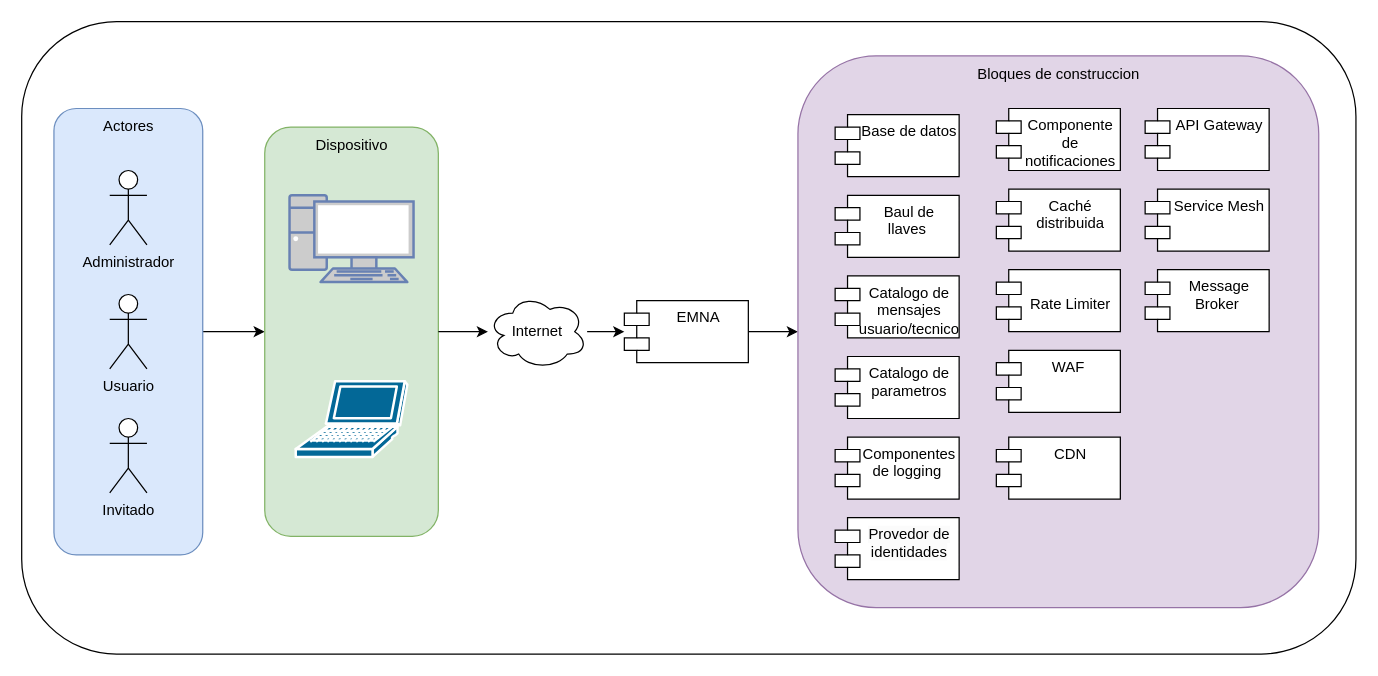
Earlier version of the draw.io diagram page "ModeloContexto-ArquitecturaReferencia" (2 of 4) of ExtraClase/Modelo.drawio (shesho22/IS2). Source tidied: cells renumbered, new cells numbered last; positions are measured from the earlier drawing's top-left corner, leaving out a move shared by most shapes. Both pictures are drawn from the tidied source at 124%, with x=0, y=0 at pixel (21, 21).
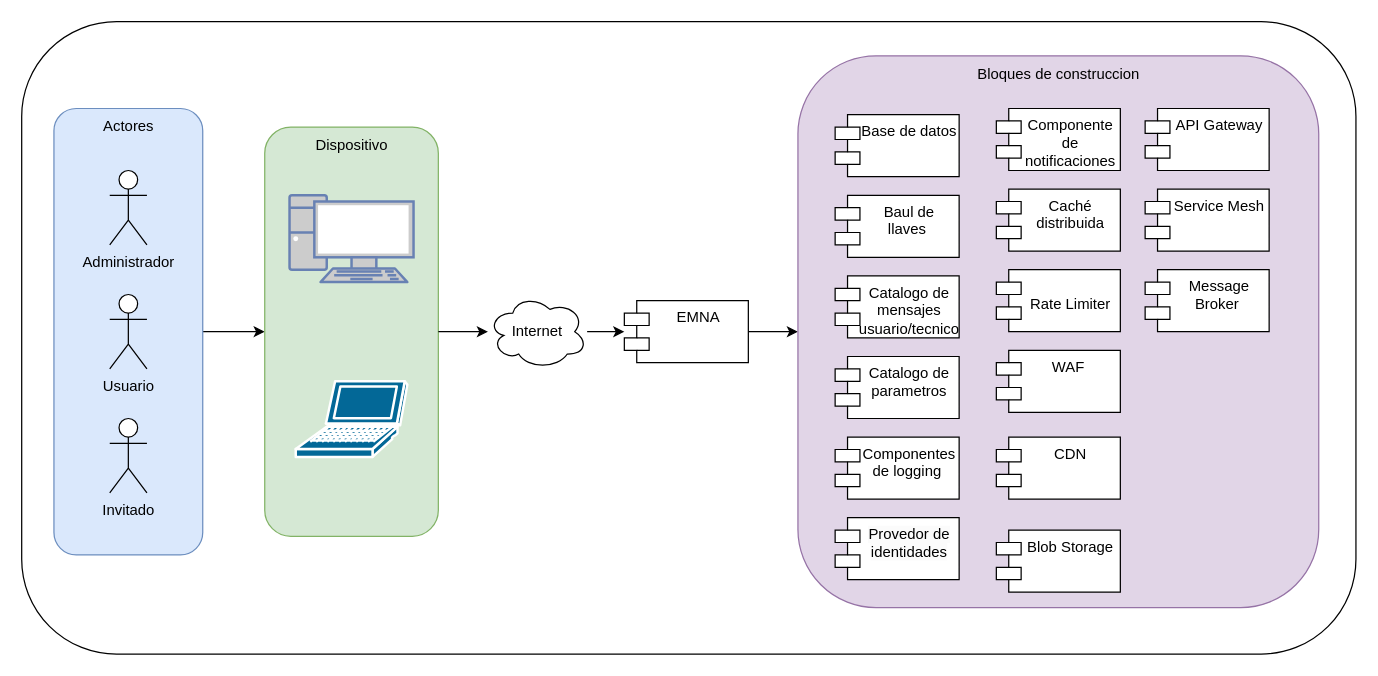
The same diagram, later.

What changed in the source:
```diff
@@
+    <mxCell id="34" value="Blob Storage" style="shape=module;align=left;spacingLeft=20;align=center;verticalAlign=top;whiteSpace=wrap;html=1;" parent="1" vertex="1">
+      <mxGeometry x="786" y="410" width="100" height="50" as="geometry" />
+    </mxCell>
```
